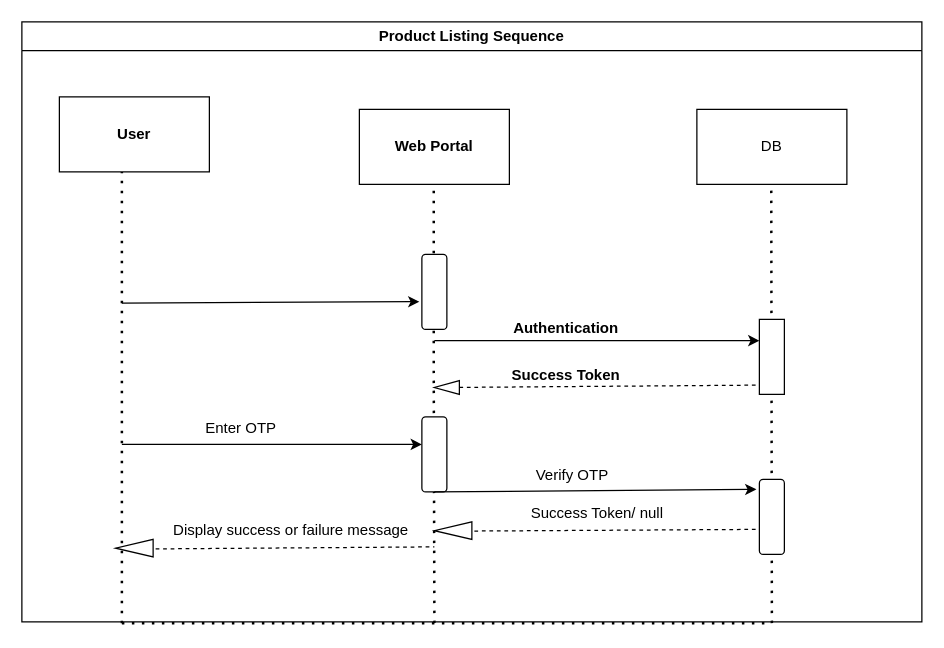
Earlier version of the draw.io diagram ProductServiceSequence.drawio (DozzyMontalo/eCommerceUserService). Source tidied: cells renumbered, new cells numbered last; positions are measured from the earlier drawing's top-left corner, leaving out a move shared by most shapes. Both pictures are drawn from the tidied source at 125%, with x=0, y=0 at pixel (21, 21).
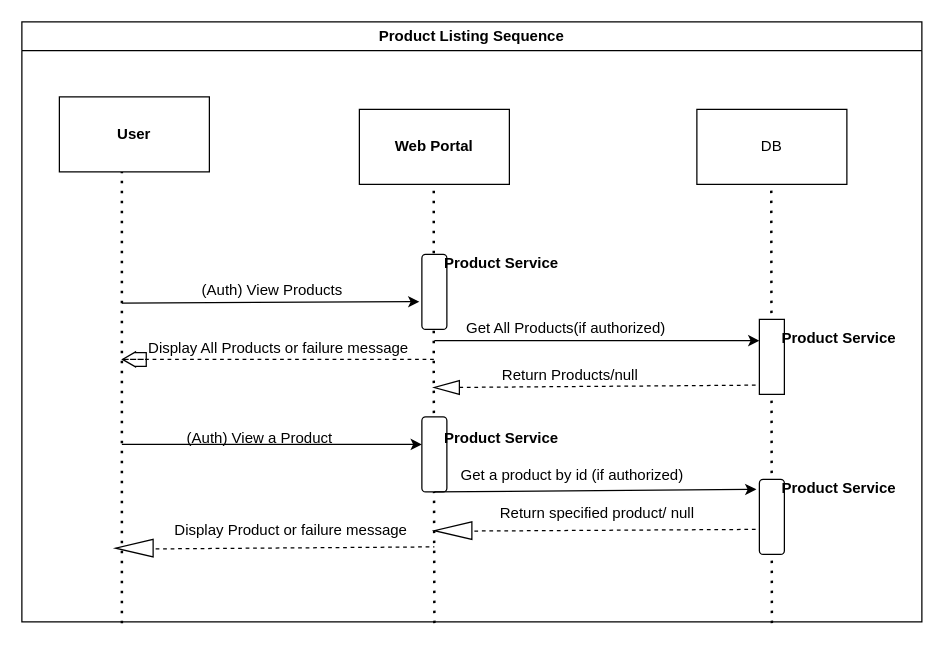
The same page after the edit.

The change refers to these unchanged cells:
```xml
<mxCell id="2" value="Product Listing Sequence" style="swimlane;whiteSpace=wrap;html=1;" parent="1" vertex="1">
  <mxGeometry width="720" height="480" as="geometry" />
</mxCell>
```

What changed in the source:
```diff
@@
-    <mxCell id="20" value="&lt;b&gt;&amp;nbsp; &amp;nbsp; &amp;nbsp; &amp;nbsp; &amp;nbsp; &amp;nbsp; &amp;nbsp; &amp;nbsp; &amp;nbsp; &amp;nbsp; &amp;nbsp; &amp;nbsp; &amp;nbsp; &amp;nbsp; &amp;nbsp; Success Token&lt;/b&gt;" style="text;html=1;align=center;verticalAlign=middle;points=[];strokeColor=none;fillColor=none;" parent="2" vertex="1">
-      <mxGeometry x="280" y="268" width="210" height="30" as="geometry" />
+    <mxCell id="20" value="&amp;nbsp; &amp;nbsp; &amp;nbsp; &amp;nbsp; &amp;nbsp; &amp;nbsp; &amp;nbsp; &amp;nbsp; &amp;nbsp; &amp;nbsp; &amp;nbsp; &amp;nbsp; &amp;nbsp; &amp;nbsp; &amp;nbsp; &amp;nbsp; Return Products/null" style="text;html=1;align=center;verticalAlign=middle;points=[];strokeColor=none;fillColor=none;" parent="2" vertex="1">
+      <mxGeometry x="265" y="268" width="240" height="30" as="geometry" />
     </mxCell>
-    <mxCell id="21" value="&lt;b&gt;Authentication&lt;/b&gt;" style="text;html=1;align=center;verticalAlign=middle;strokeColor=none;fillColor=none;" parent="2" vertex="1">
-      <mxGeometry x="380" y="230" width="110" height="30" as="geometry" />
+    <mxCell id="21" value="Get All Products(if authorized)" style="text;html=1;align=center;verticalAlign=middle;strokeColor=none;fillColor=none;" parent="2" vertex="1">
+      <mxGeometry x="345" y="230" width="180" height="30" as="geometry" />
     </mxCell>
-    <mxCell id="22" value="Enter OTP" style="text;html=1;align=center;verticalAlign=middle;strokeColor=none;fillColor=none;" parent="2" vertex="1">
-      <mxGeometry x="135" y="310" width="80" height="30" as="geometry" />
-    </mxCell>
-    <mxCell id="23" style="endArrow=none;dashed=1;html=1;dashPattern=1 3;strokeWidth=2;rounded=0;" parent="2" edge="1">
-      <mxGeometry relative="1" as="geometry">
-        <mxPoint x="80" y="481" as="sourcePoint" />
-        <mxPoint x="600" y="481" as="targetPoint" />
-      </mxGeometry>
-    </mxCell>
@@
-    <mxCell id="27" value="Display success or failure message" style="text;html=1;align=center;verticalAlign=middle;strokeColor=none;fillColor=none;" parent="2" vertex="1">
+    <mxCell id="27" value="Display Product or failure message" style="text;html=1;align=center;verticalAlign=middle;strokeColor=none;fillColor=none;" parent="2" vertex="1">
       <mxGeometry x="110" y="392" width="210" height="30" as="geometry" />
     </mxCell>
+    <mxCell id="30" style="shape=flexArrow;endArrow=classic;html=1;rounded=0;width=11;endSize=3.13;endWidth=0;" parent="2" edge="1">
+      <mxGeometry relative="1" as="geometry">
+        <mxPoint x="100" y="270" as="sourcePoint" />
+        <mxPoint x="80" y="270" as="targetPoint" />
+      </mxGeometry>
+    </mxCell>
+    <mxCell id="31" value="&lt;font style=&quot;font-size: 12px;&quot;&gt;&amp;nbsp; &amp;nbsp; &amp;nbsp; &amp;nbsp; &amp;nbsp; &amp;nbsp; &amp;nbsp; &amp;nbsp; &amp;nbsp; &amp;nbsp; &amp;nbsp;Display All Products or failure message&lt;/font&gt;" style="text;html=1;align=center;verticalAlign=middle;strokeColor=none;fillColor=none;" parent="2" vertex="1">
+      <mxGeometry x="20" y="246" width="300" height="30" as="geometry" />
+    </mxCell>
+    <mxCell id="32" value="(Auth) View Products" style="text;html=1;align=center;verticalAlign=middle;strokeColor=none;fillColor=none;" parent="2" vertex="1">
+      <mxGeometry x="130" y="200" width="140" height="30" as="geometry" />
+    </mxCell>
-    <mxCell id="28" value="Verify OTP" style="text;html=1;align=center;verticalAlign=middle;strokeColor=none;fillColor=none;" parent="1" vertex="1">
-      <mxGeometry x="400" y="348" width="80" height="30" as="geometry" />
+    <mxCell id="28" value="Get a product by id (if authorized)" style="text;html=1;align=center;verticalAlign=middle;strokeColor=none;fillColor=none;" parent="1" vertex="1">
+      <mxGeometry x="340" y="348" width="200" height="30" as="geometry" />
     </mxCell>
-    <mxCell id="29" value="Success Token/ null" style="text;html=1;align=center;verticalAlign=middle;strokeColor=none;fillColor=none;" parent="1" vertex="1">
-      <mxGeometry x="395" y="378" width="130" height="30" as="geometry" />
+    <mxCell id="29" value="Return specified product/ null" style="text;html=1;align=center;verticalAlign=middle;strokeColor=none;fillColor=none;" parent="1" vertex="1">
+      <mxGeometry x="370" y="378" width="180" height="30" as="geometry" />
     </mxCell>
+    <mxCell id="33" style="endArrow=none;dashed=1;html=1;rounded=0;exitX=0.269;exitY=0.067;exitDx=0;exitDy=0;exitPerimeter=0;" parent="1" edge="1" source="20">
+      <mxGeometry relative="1" as="geometry">
+        <mxPoint x="100" y="270" as="targetPoint" />
+        <Array as="points">
+          <mxPoint x="80" y="270" />
+        </Array>
+      </mxGeometry>
+    </mxCell>
+    <mxCell id="34" value="(Auth) View a Product" style="text;html=1;align=center;verticalAlign=middle;strokeColor=none;fillColor=none;" parent="1" vertex="1">
+      <mxGeometry x="120" y="318" width="140" height="30" as="geometry" />
+    </mxCell>
+    <mxCell id="35" value="&lt;b&gt;&amp;nbsp; &amp;nbsp; &amp;nbsp; &amp;nbsp; &amp;nbsp; &amp;nbsp; &amp;nbsp; &amp;nbsp; &amp;nbsp; &amp;nbsp; Product Service&lt;/b&gt;" style="text;html=1;align=center;verticalAlign=middle;strokeColor=none;fillColor=none;" parent="1" vertex="1">
+      <mxGeometry x="260" y="178" width="180" height="30" as="geometry" />
+    </mxCell>
+    <mxCell id="36" value="&lt;b&gt;&amp;nbsp; &amp;nbsp; &amp;nbsp; &amp;nbsp; &amp;nbsp; &amp;nbsp; &amp;nbsp; &amp;nbsp; &amp;nbsp; &amp;nbsp; Product Service&lt;/b&gt;" style="text;html=1;align=center;verticalAlign=middle;strokeColor=none;fillColor=none;" parent="1" vertex="1">
+      <mxGeometry x="530" y="238" width="180" height="30" as="geometry" />
+    </mxCell>
+    <mxCell id="37" value="&lt;b&gt;&amp;nbsp; &amp;nbsp; &amp;nbsp; &amp;nbsp; &amp;nbsp; &amp;nbsp; &amp;nbsp; &amp;nbsp; &amp;nbsp; &amp;nbsp; Product Service&lt;/b&gt;" style="text;html=1;align=center;verticalAlign=middle;strokeColor=none;fillColor=none;" parent="1" vertex="1">
+      <mxGeometry x="260" y="318" width="180" height="30" as="geometry" />
+    </mxCell>
+    <mxCell id="38" value="&lt;b&gt;&amp;nbsp; &amp;nbsp; &amp;nbsp; &amp;nbsp; &amp;nbsp; &amp;nbsp; &amp;nbsp; &amp;nbsp; &amp;nbsp; &amp;nbsp; Product Service&lt;/b&gt;" style="text;html=1;align=center;verticalAlign=middle;strokeColor=none;fillColor=none;" parent="1" vertex="1">
+      <mxGeometry x="530" y="358" width="180" height="30" as="geometry" />
+    </mxCell>
```
